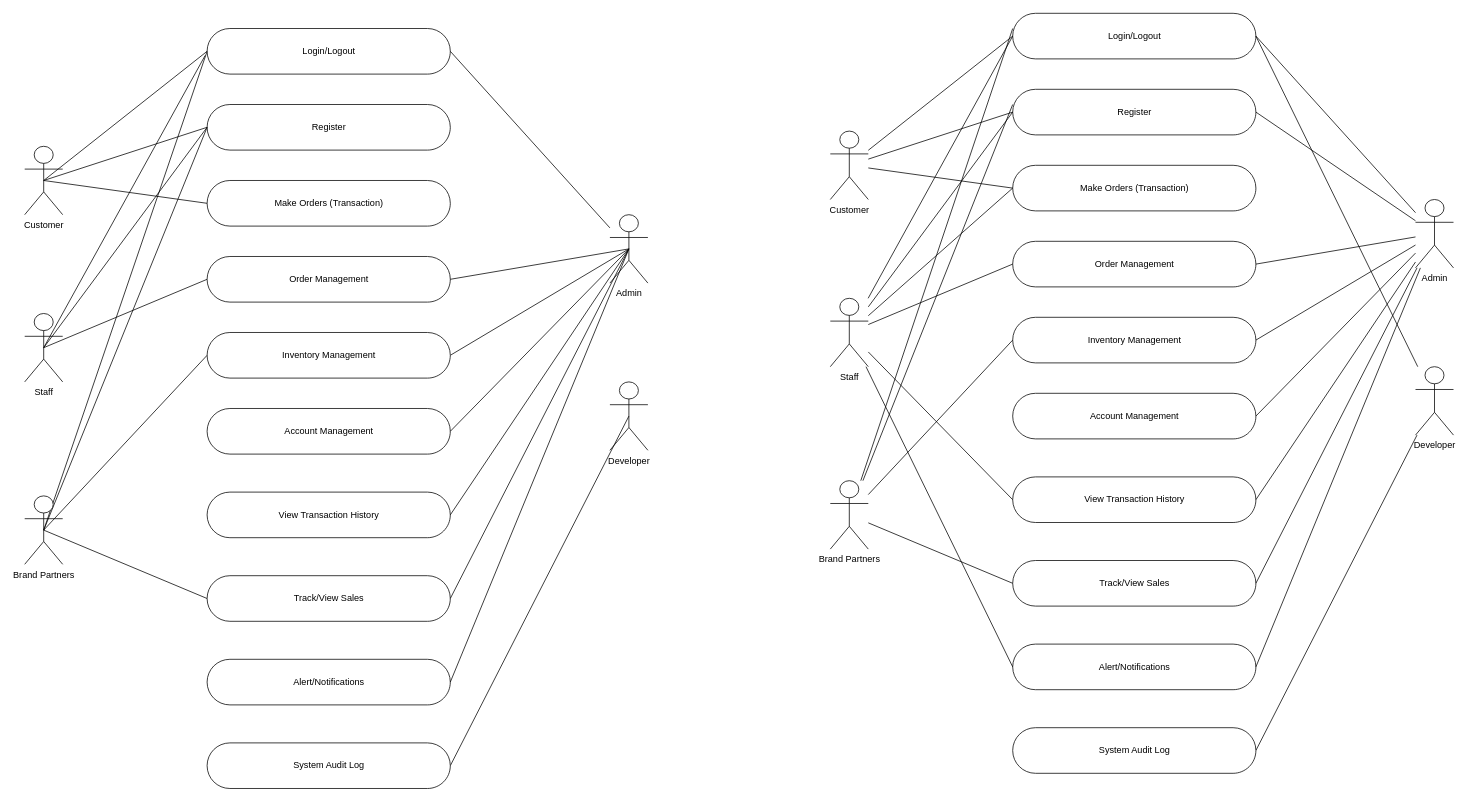
This is DataModels/usecase.drawio from ArinGitPort/OnlineShopWebsite, a draw.io file, before an edit. Source tidied: cells renumbered, new cells numbered last; positions are measured from the earlier drawing's top-left corner, leaving out a move shared by most shapes. Both pictures are drawn from the tidied source at 76%, with x=0, y=0 at pixel (24, 13).
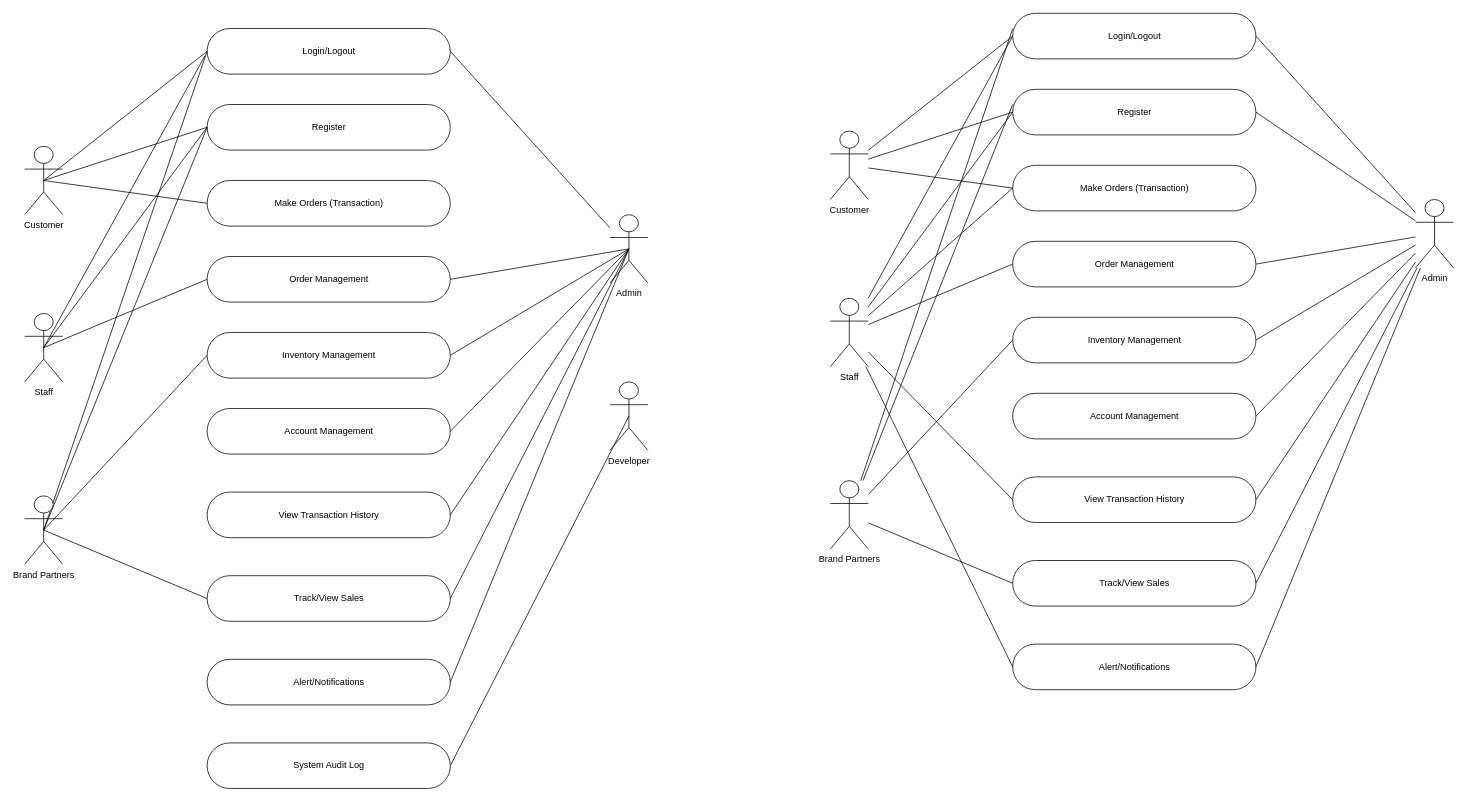
The same diagram, later.

The change refers to these unchanged cells:
```xml
<mxCell id="35" value="Login/Logout" style="html=1;dashed=0;whitespace=wrap;shape=mxgraph.dfd.start;" parent="1" vertex="1">
  <mxGeometry x="1300" width="320" height="60" as="geometry" />
</mxCell>
```

What changed in the source:
```diff
@@
-    <mxCell id="69" style="edgeStyle=none;html=1;entryX=1;entryY=0.5;entryDx=0;entryDy=0;entryPerimeter=0;endArrow=none;endFill=0;" parent="1" edge="1" source="71" target="35">
-      <mxGeometry relative="1" as="geometry" />
-    </mxCell>
-    <mxCell id="70" style="edgeStyle=none;html=1;entryX=1;entryY=0.5;entryDx=0;entryDy=0;entryPerimeter=0;endArrow=none;endFill=0;" parent="1" edge="1" source="71" target="72">
-      <mxGeometry relative="1" as="geometry" />
-    </mxCell>
-    <mxCell id="71" value="Developer" style="shape=umlActor;verticalLabelPosition=bottom;verticalAlign=top;html=1;outlineConnect=0;" parent="1" vertex="1">
-      <mxGeometry x="1830" y="465" width="50" height="90" as="geometry" />
-    </mxCell>
-    <mxCell id="72" value="System Audit Log" style="html=1;dashed=0;whitespace=wrap;shape=mxgraph.dfd.start;" parent="1" vertex="1">
-      <mxGeometry x="1300" y="940" width="320" height="60" as="geometry" />
-    </mxCell>
```
